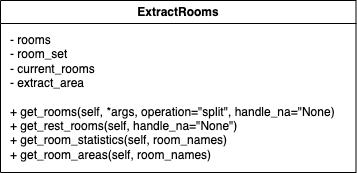
Earlier version of the draw.io export Final Report/figures/uml_extract_rooms.png (luowx0905/Individual-Project). Source tidied: cells renumbered, new cells last; positions are measured from the earlier drawing's top-left corner, leaving out a move shared by most shapes. The source it was exported from:
```xml
<mxGraphModel>
  <root>
    <mxCell id="0" />
    <mxCell id="1" parent="0" />
    <mxCell id="2" value="ExtractRooms" style="swimlane;whiteSpace=wrap;" parent="1" vertex="1">
      <mxGeometry width="355.5" height="172" as="geometry" />
    </mxCell>
    <mxCell id="3" value="- rooms&lt;br&gt;- room_set&lt;br&gt;- current_rooms&lt;br&gt;- extract_area&lt;br&gt;&lt;br&gt;+ get_rooms(self, *args, operation=&quot;split&quot;, handle_na=&quot;None)&lt;br&gt;+ get_rest_rooms(self, handle_na=&quot;None&quot;)&lt;br&gt;+ get_room_statistics(self, room_names)&lt;br&gt;+ get_room_areas(self, room_names)" style="text;html=1;align=left;verticalAlign=middle;strokeColor=none;fillColor=none;" parent="2" vertex="1">
      <mxGeometry x="7.8" y="32" width="340" height="130" as="geometry" />
    </mxCell>
  </root>
</mxGraphModel>
```
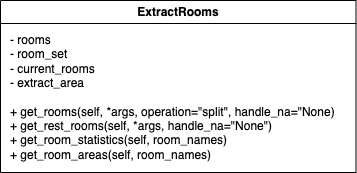
After the commit.

Diff of the diagram source:
```diff
@@ -5,7 +5,7 @@
     <mxCell id="2" value="ExtractRooms" style="swimlane;whiteSpace=wrap;" parent="1" vertex="1">
       <mxGeometry width="355.5" height="172" as="geometry" />
     </mxCell>
-    <mxCell id="3" value="- rooms&lt;br&gt;- room_set&lt;br&gt;- current_rooms&lt;br&gt;- extract_area&lt;br&gt;&lt;br&gt;+ get_rooms(self, *args, operation=&quot;split&quot;, handle_na=&quot;None)&lt;br&gt;+ get_rest_rooms(self, handle_na=&quot;None&quot;)&lt;br&gt;+ get_room_statistics(self, room_names)&lt;br&gt;+ get_room_areas(self, room_names)" style="text;html=1;align=left;verticalAlign=middle;strokeColor=none;fillColor=none;" parent="2" vertex="1">
+    <mxCell id="3" value="- rooms&lt;br&gt;- room_set&lt;br&gt;- current_rooms&lt;br&gt;- extract_area&lt;br&gt;&lt;br&gt;+ get_rooms(self, *args, operation=&quot;split&quot;, handle_na=&quot;None)&lt;br&gt;+ get_rest_rooms(self, *args, handle_na=&quot;None&quot;)&lt;br&gt;+ get_room_statistics(self, room_names)&lt;br&gt;+ get_room_areas(self, room_names)" style="text;html=1;align=left;verticalAlign=middle;strokeColor=none;fillColor=none;" parent="2" vertex="1">
       <mxGeometry x="7.8" y="32" width="340" height="130" as="geometry" />
     </mxCell>
   </root>
```
